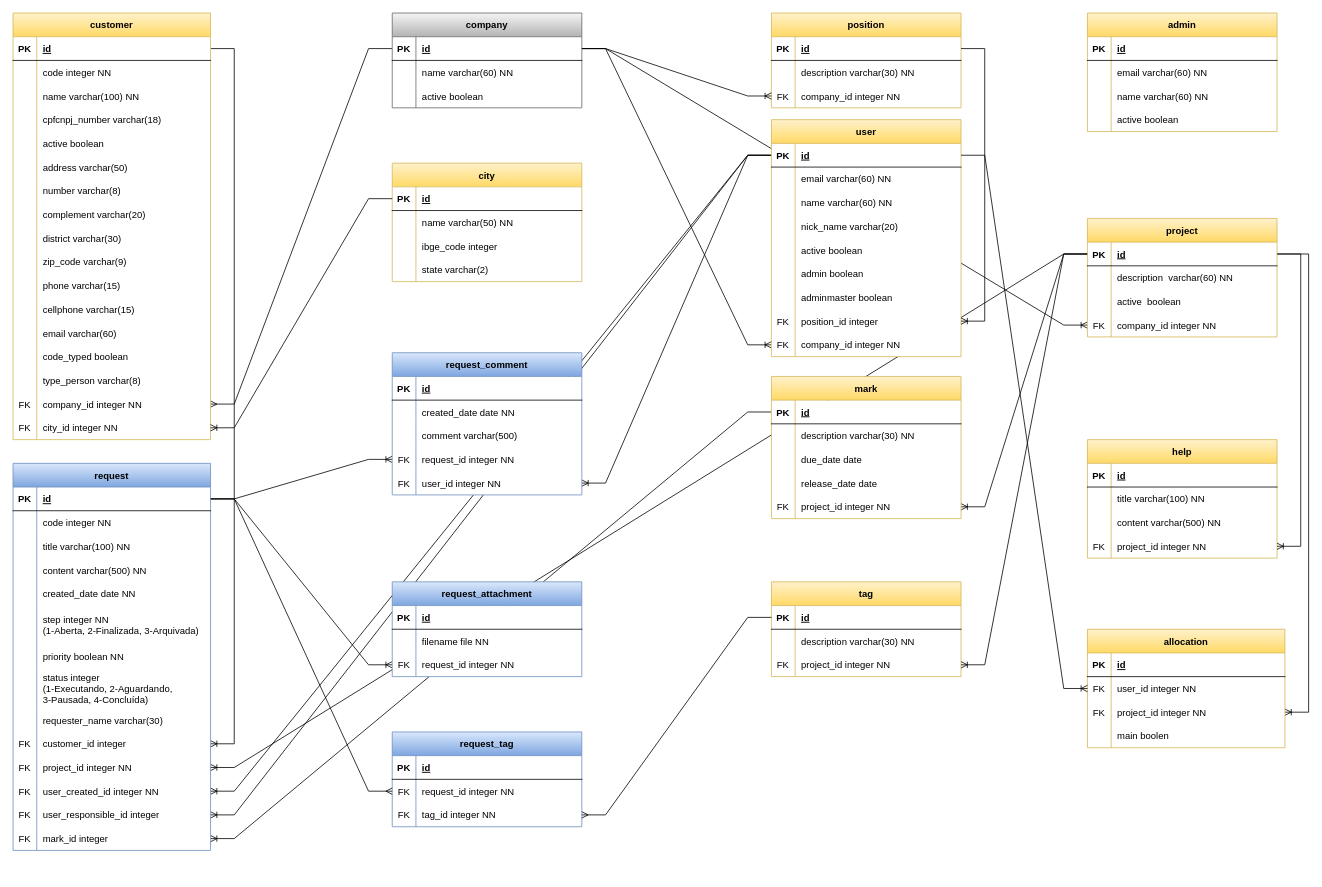
Earlier version of the draw.io diagram lib/docs/Entidades.drawio (edsoncosta-br/sfhelpdesk). Source tidied: cells renumbered, new cells numbered last; positions are measured from the earlier drawing's top-left corner, leaving out a move shared by most shapes. Both pictures are drawn from the tidied source at 79%, with x=0, y=0 at pixel (13, 13).
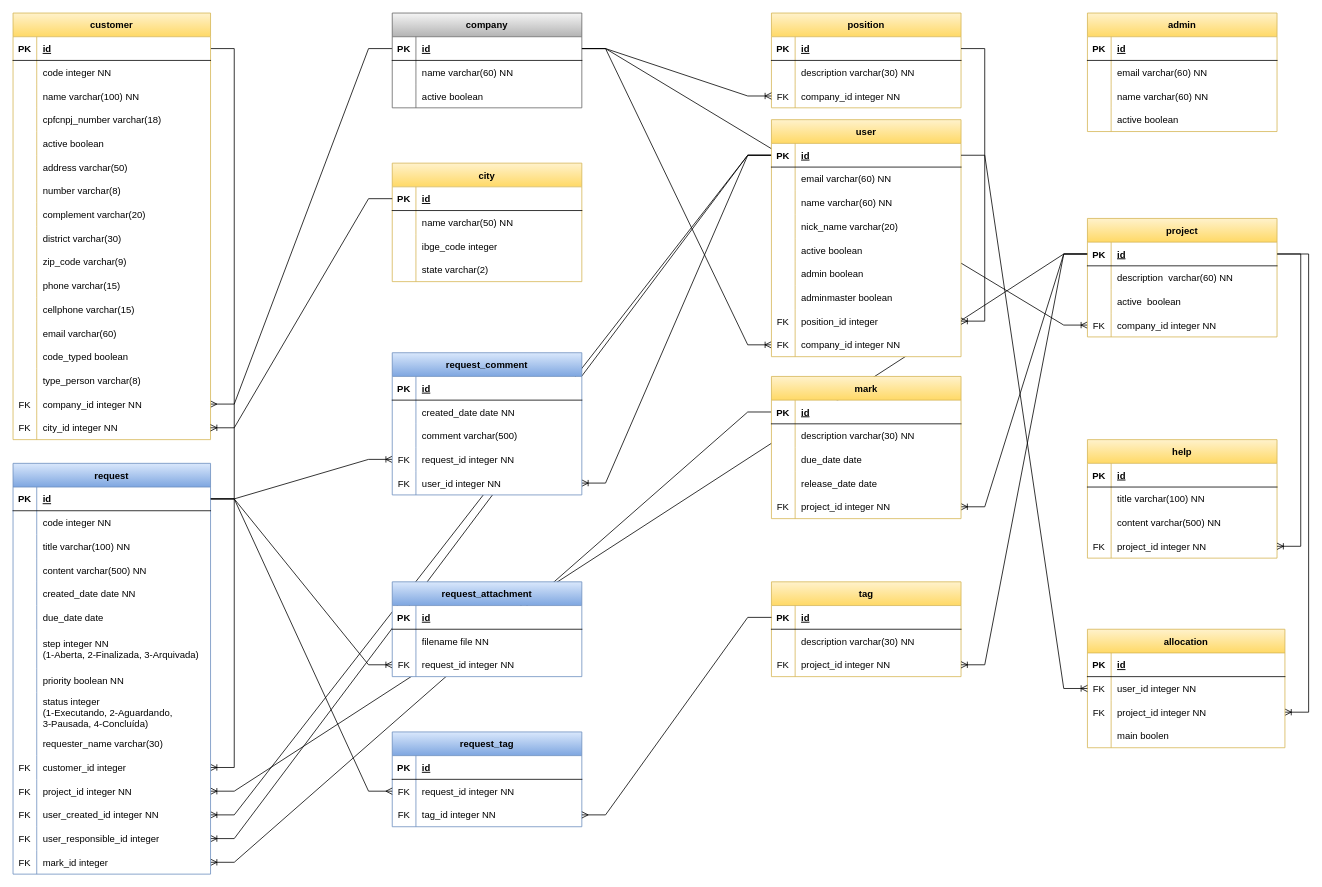
After the change.

Diff of the diagram source:
```diff
@@
     <mxCell id="134" value="request" style="shape=table;startSize=30;childLayout=tableLayout;rowLines=0;fontStyle=1;align=center;swimlaneFillColor=#FFFFFF;fillColor=#dae8fc;strokeColor=#6c8ebf;gradientColor=#7ea6e0;" parent="1" vertex="1">
-      <mxGeometry y="570" width="250" height="490" as="geometry" />
+      <mxGeometry y="570" width="250" height="520" as="geometry" />
     </mxCell>
@@
+    <mxCell id="293" style="shape=tableRow;horizontal=0;startSize=0;swimlaneHead=0;swimlaneBody=0;fillColor=none;top=0;left=0;right=0;bottom=0;" parent="134" vertex="1">
+      <mxGeometry y="180" width="250" height="30" as="geometry" />
+    </mxCell>
+    <mxCell id="294" style="shape=partialRectangle;fillColor=none;top=0;left=0;bottom=0;right=0;overflow=hidden;" parent="293" vertex="1">
+      <mxGeometry width="30" height="30" as="geometry" />
+    </mxCell>
+    <mxCell id="295" value="due_date date" style="shape=partialRectangle;fillColor=none;top=0;left=0;bottom=0;right=0;align=left;spacingLeft=6;overflow=hidden;" parent="293" vertex="1">
+      <mxGeometry x="30" width="220" height="30" as="geometry" />
+    </mxCell>
     <mxCell id="150" style="shape=tableRow;horizontal=0;startSize=0;swimlaneHead=0;swimlaneBody=0;fillColor=none;top=0;left=0;right=0;bottom=0;" parent="134" vertex="1">
-      <mxGeometry y="180" width="250" height="50" as="geometry" />
+      <mxGeometry y="210" width="250" height="50" as="geometry" />
     </mxCell>
@@
     <mxCell id="153" style="shape=tableRow;horizontal=0;startSize=0;swimlaneHead=0;swimlaneBody=0;fillColor=none;top=0;left=0;right=0;bottom=0;" parent="134" vertex="1">
-      <mxGeometry y="230" width="250" height="30" as="geometry" />
+      <mxGeometry y="260" width="250" height="30" as="geometry" />
     </mxCell>
@@
     <mxCell id="156" style="shape=tableRow;horizontal=0;startSize=0;swimlaneHead=0;swimlaneBody=0;fillColor=none;top=0;left=0;right=0;bottom=0;" parent="134" vertex="1">
-      <mxGeometry y="260" width="250" height="50" as="geometry" />
+      <mxGeometry y="290" width="250" height="50" as="geometry" />
     </mxCell>
@@
     <mxCell id="159" style="shape=tableRow;horizontal=0;startSize=0;swimlaneHead=0;swimlaneBody=0;fillColor=none;top=0;left=0;right=0;bottom=0;" parent="134" vertex="1">
-      <mxGeometry y="310" width="250" height="30" as="geometry" />
+      <mxGeometry y="340" width="250" height="30" as="geometry" />
     </mxCell>
@@
     <mxCell id="162" style="shape=tableRow;horizontal=0;startSize=0;swimlaneHead=0;swimlaneBody=0;fillColor=none;points=[[0,0.5],[1,0.5]];portConstraint=eastwest;top=0;left=0;right=0;bottom=0;" parent="134" vertex="1">
-      <mxGeometry y="340" width="250" height="30" as="geometry" />
+      <mxGeometry y="370" width="250" height="30" as="geometry" />
     </mxCell>
@@
     <mxCell id="165" style="shape=tableRow;horizontal=0;startSize=0;swimlaneHead=0;swimlaneBody=0;fillColor=none;points=[[0,0.5],[1,0.5]];portConstraint=eastwest;top=0;left=0;right=0;bottom=0;" parent="134" vertex="1">
-      <mxGeometry y="370" width="250" height="30" as="geometry" />
+      <mxGeometry y="400" width="250" height="30" as="geometry" />
     </mxCell>
@@
     <mxCell id="168" style="shape=tableRow;horizontal=0;startSize=0;swimlaneHead=0;swimlaneBody=0;fillColor=none;points=[[0,0.5],[1,0.5]];portConstraint=eastwest;top=0;left=0;right=0;bottom=0;" parent="134" vertex="1">
-      <mxGeometry y="400" width="250" height="30" as="geometry" />
+      <mxGeometry y="430" width="250" height="30" as="geometry" />
     </mxCell>
@@
     <mxCell id="171" style="shape=tableRow;horizontal=0;startSize=0;swimlaneHead=0;swimlaneBody=0;fillColor=none;points=[[0,0.5],[1,0.5]];portConstraint=eastwest;top=0;left=0;right=0;bottom=0;" parent="134" vertex="1">
-      <mxGeometry y="430" width="250" height="30" as="geometry" />
+      <mxGeometry y="460" width="250" height="30" as="geometry" />
     </mxCell>
@@
     <mxCell id="174" style="shape=tableRow;horizontal=0;startSize=0;swimlaneHead=0;swimlaneBody=0;fillColor=none;points=[[0,0.5],[1,0.5]];portConstraint=eastwest;top=0;left=0;right=0;bottom=0;" parent="134" vertex="1">
-      <mxGeometry y="460" width="250" height="30" as="geometry" />
+      <mxGeometry y="490" width="250" height="30" as="geometry" />
     </mxCell>
```
